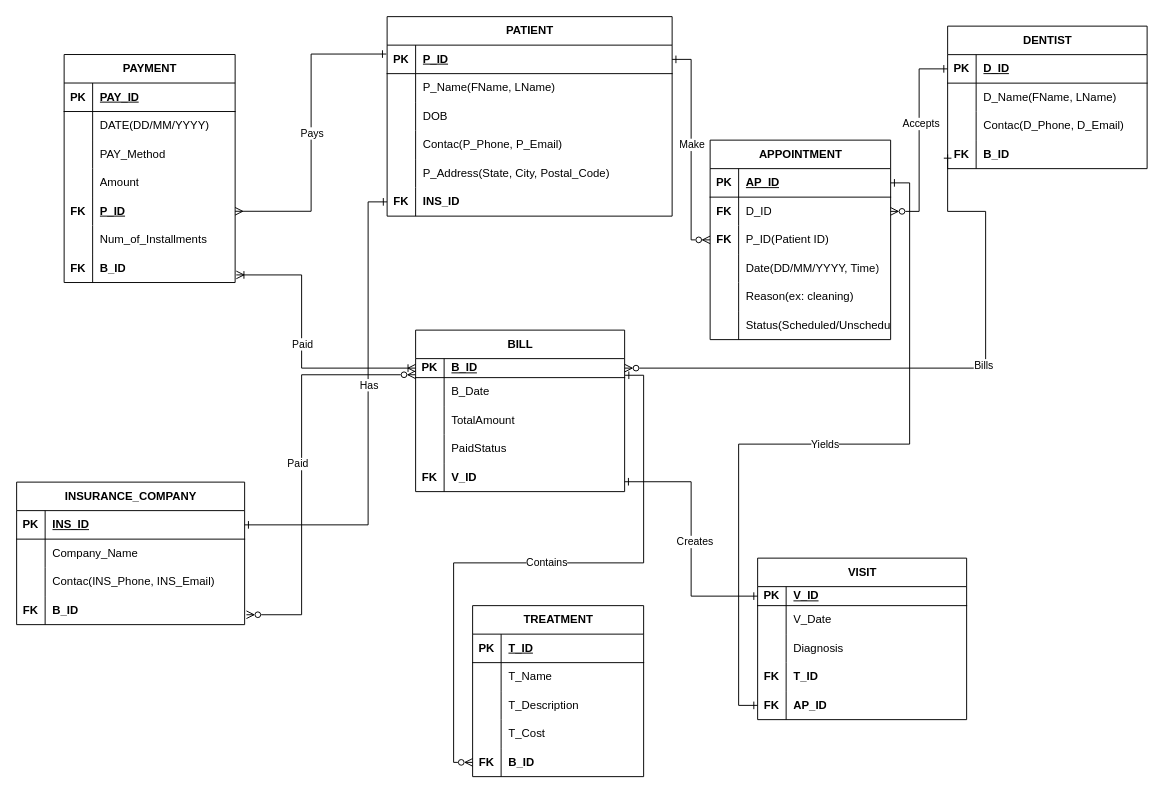
Above: Untitled Diagram.drawio in Varshiha/Database_Project (draw.io), before the change. Source tidied: cells renumbered, new cells numbered last; positions are measured from the earlier drawing's top-left corner, leaving out a move shared by most shapes. Both pictures are drawn from the tidied source at 95%, with x=0, y=0 at pixel (16, 16).
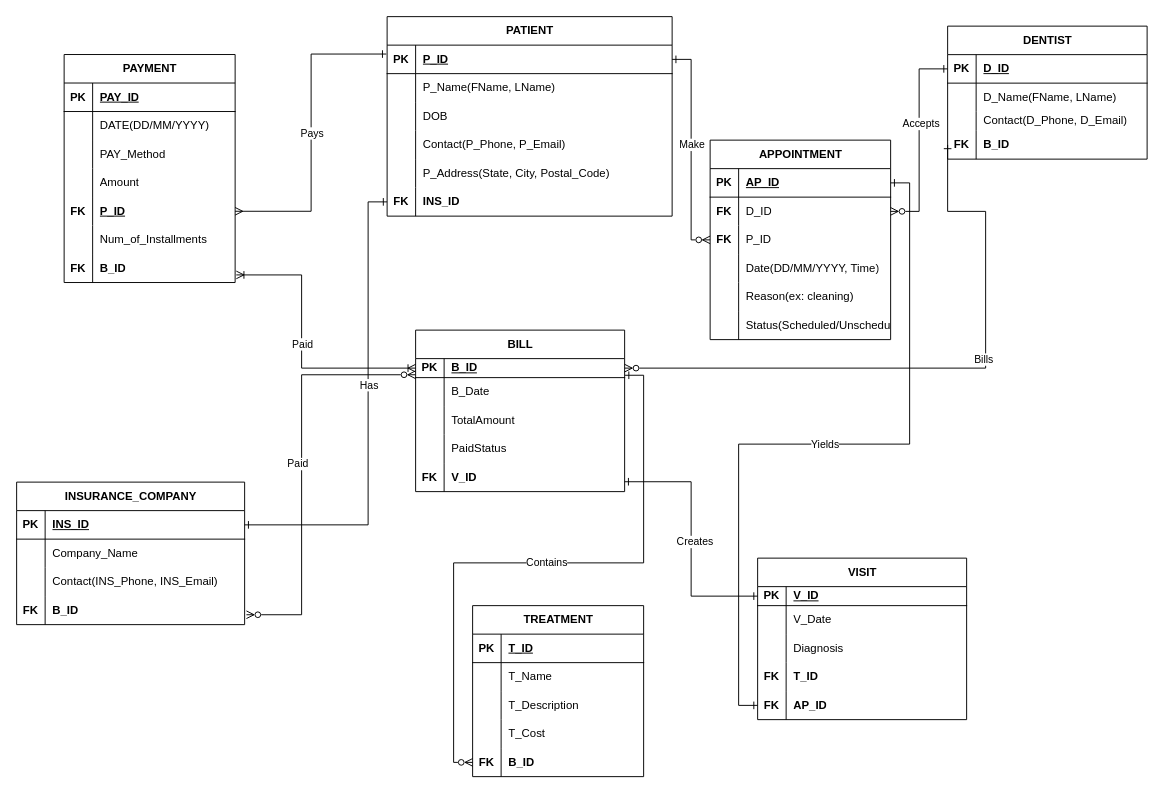
The same page after the edit.

Unchanged cells that the change refers to:
```xml
<mxCell id="12" style="shape=tableRow;horizontal=0;startSize=0;swimlaneHead=0;swimlaneBody=0;fillColor=none;top=0;left=0;right=0;bottom=0;strokeColor=default;align=center;verticalAlign=middle;fontFamily=Helvetica;fontSize=12;fontColor=default;fontStyle=1;" parent="2" vertex="1">
  <mxGeometry y="120" width="300" height="30" as="geometry" />
</mxCell>
<mxCell id="73" style="shape=tableRow;horizontal=0;startSize=0;swimlaneHead=0;swimlaneBody=0;fillColor=none;points=[[0,0.5],[1,0.5]];portConstraint=eastwest;top=0;left=0;right=0;bottom=0;" parent="66" vertex="1">
  <mxGeometry y="90" width="190" height="30" as="geometry" />
</mxCell>
<mxCell id="114" style="shape=tableRow;horizontal=0;startSize=0;swimlaneHead=0;swimlaneBody=0;fillColor=none;top=0;left=0;right=0;bottom=0;" parent="107" vertex="1">
  <mxGeometry y="90" width="240" height="30" as="geometry" />
</mxCell>
```

Change to the diagram source:
```diff
@@
-    <mxCell id="14" value="&lt;span style=&quot;font-weight: normal;&quot;&gt;Contac(P_Phone, P_Email)&lt;/span&gt;" style="shape=partialRectangle;fillColor=none;top=0;left=0;bottom=0;right=0;align=left;spacingLeft=6;overflow=hidden;whiteSpace=wrap;html=1;strokeColor=default;verticalAlign=middle;fontFamily=Helvetica;fontSize=12;fontColor=default;fontStyle=1;" parent="12" vertex="1">
+    <mxCell id="14" value="&lt;span style=&quot;font-weight: normal;&quot;&gt;Contact(P_Phone, P_Email)&lt;/span&gt;" style="shape=partialRectangle;fillColor=none;top=0;left=0;bottom=0;right=0;align=left;spacingLeft=6;overflow=hidden;whiteSpace=wrap;html=1;strokeColor=default;verticalAlign=middle;fontFamily=Helvetica;fontSize=12;fontColor=default;fontStyle=1;" parent="12" vertex="1">
       <mxGeometry x="30" width="270" height="30" as="geometry" />
     </mxCell>
@@
     <mxCell id="53" value="DENTIST" style="shape=table;startSize=30;childLayout=tableLayout;rowLines=0;fontStyle=1;align=center;html=1;" parent="1" vertex="1">
-      <mxGeometry x="980" y="10" width="210" height="150" as="geometry" />
+      <mxGeometry x="980" y="10" width="210" height="140" as="geometry" />
     </mxCell>
@@
     <mxCell id="60" style="shape=tableRow;horizontal=0;startSize=0;swimlaneHead=0;swimlaneBody=0;fillColor=none;top=0;left=0;right=0;bottom=0;" parent="53" vertex="1">
-      <mxGeometry y="90" width="210" height="30" as="geometry" />
+      <mxGeometry y="90" width="210" height="20" as="geometry" />
     </mxCell>
     <mxCell id="61" style="shape=partialRectangle;fillColor=none;top=0;left=0;bottom=0;right=0;overflow=hidden;whiteSpace=wrap;html=1;" parent="60" vertex="1">
-      <mxGeometry width="30" height="30" as="geometry" />
+      <mxGeometry width="30" height="20" as="geometry" />
     </mxCell>
-    <mxCell id="62" value="Contac(D_Phone, D_Email)" style="shape=partialRectangle;fillColor=none;top=0;left=0;bottom=0;right=0;align=left;spacingLeft=6;overflow=hidden;whiteSpace=wrap;html=1;" parent="60" vertex="1">
-      <mxGeometry x="30" width="180" height="30" as="geometry" />
+    <mxCell id="62" value="Contact(D_Phone, D_Email)" style="shape=partialRectangle;fillColor=none;top=0;left=0;bottom=0;right=0;align=left;spacingLeft=6;overflow=hidden;whiteSpace=wrap;html=1;" parent="60" vertex="1">
+      <mxGeometry x="30" width="180" height="20" as="geometry" />
     </mxCell>
     <mxCell id="63" style="shape=tableRow;horizontal=0;startSize=0;swimlaneHead=0;swimlaneBody=0;fillColor=none;points=[[0,0.5],[1,0.5]];portConstraint=eastwest;top=0;left=0;right=0;bottom=0;" parent="53" vertex="1">
-      <mxGeometry y="120" width="210" height="30" as="geometry" />
+      <mxGeometry y="110" width="210" height="30" as="geometry" />
     </mxCell>
@@
-    <mxCell id="75" value="P_ID(Patient ID)" style="shape=partialRectangle;fillColor=none;top=0;left=0;bottom=0;right=0;align=left;spacingLeft=6;overflow=hidden;whiteSpace=wrap;html=1;" parent="73" vertex="1">
+    <mxCell id="75" value="P_ID" style="shape=partialRectangle;fillColor=none;top=0;left=0;bottom=0;right=0;align=left;spacingLeft=6;overflow=hidden;whiteSpace=wrap;html=1;" parent="73" vertex="1">
       <mxGeometry x="30" width="160" height="30" as="geometry" />
     </mxCell>
@@
-    <mxCell id="116" value="Contac(INS_Phone, INS_Email)" style="shape=partialRectangle;fillColor=none;top=0;left=0;bottom=0;right=0;align=left;spacingLeft=6;overflow=hidden;whiteSpace=wrap;html=1;" parent="114" vertex="1">
+    <mxCell id="116" value="Contact(INS_Phone, INS_Email)" style="shape=partialRectangle;fillColor=none;top=0;left=0;bottom=0;right=0;align=left;spacingLeft=6;overflow=hidden;whiteSpace=wrap;html=1;" parent="114" vertex="1">
       <mxGeometry x="30" width="210" height="30" as="geometry" />
     </mxCell>
```
